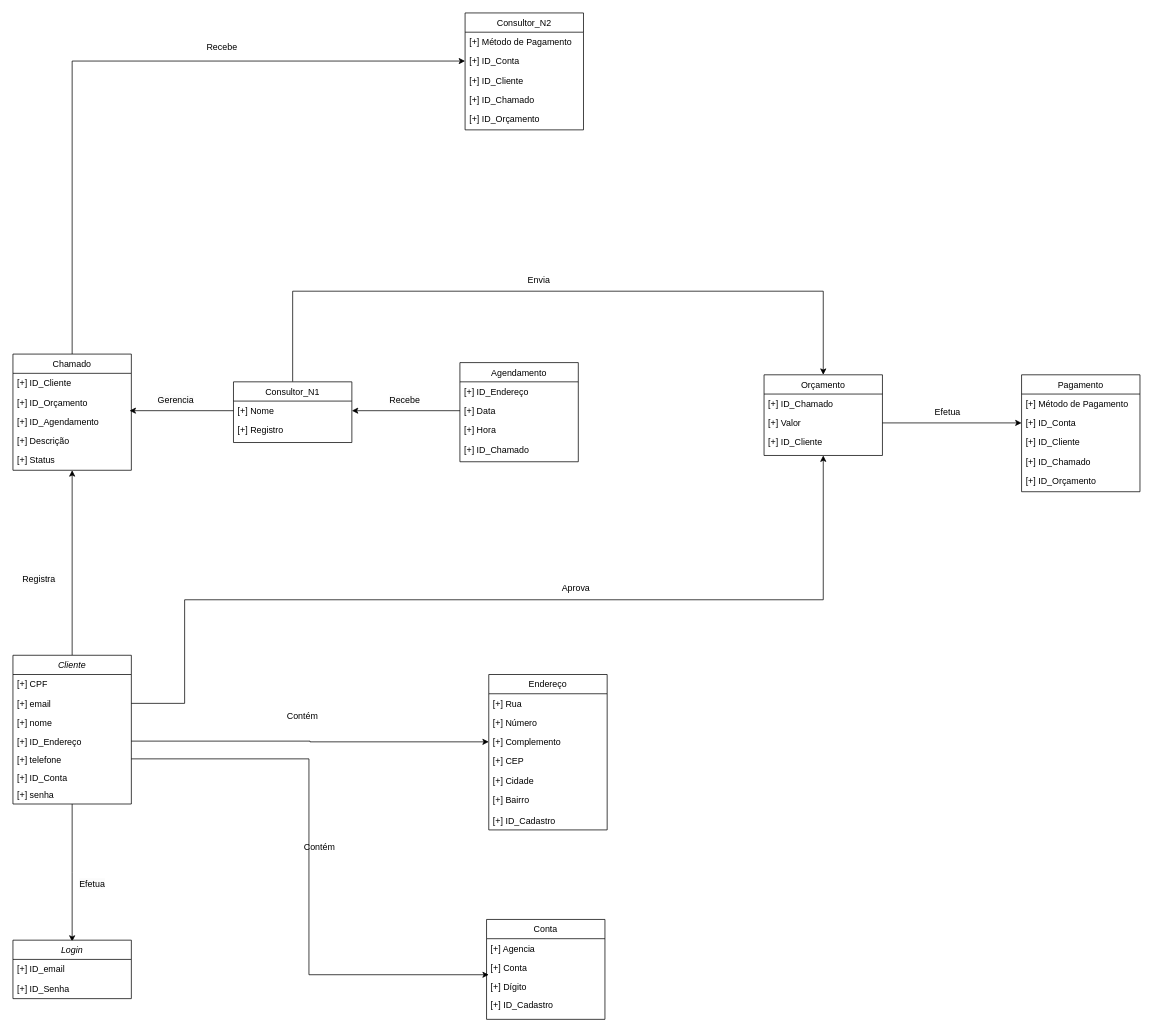
Earlier version of the draw.io diagram Diagrama sem nome.drawio (gtamagnini/PROJETO-CRAWLER). Source tidied: cells renumbered, new cells numbered last; positions are measured from the earlier drawing's top-left corner, leaving out a move shared by most shapes. Both pictures are drawn from the tidied source at 74%, with x=0, y=0 at pixel (13, 13).
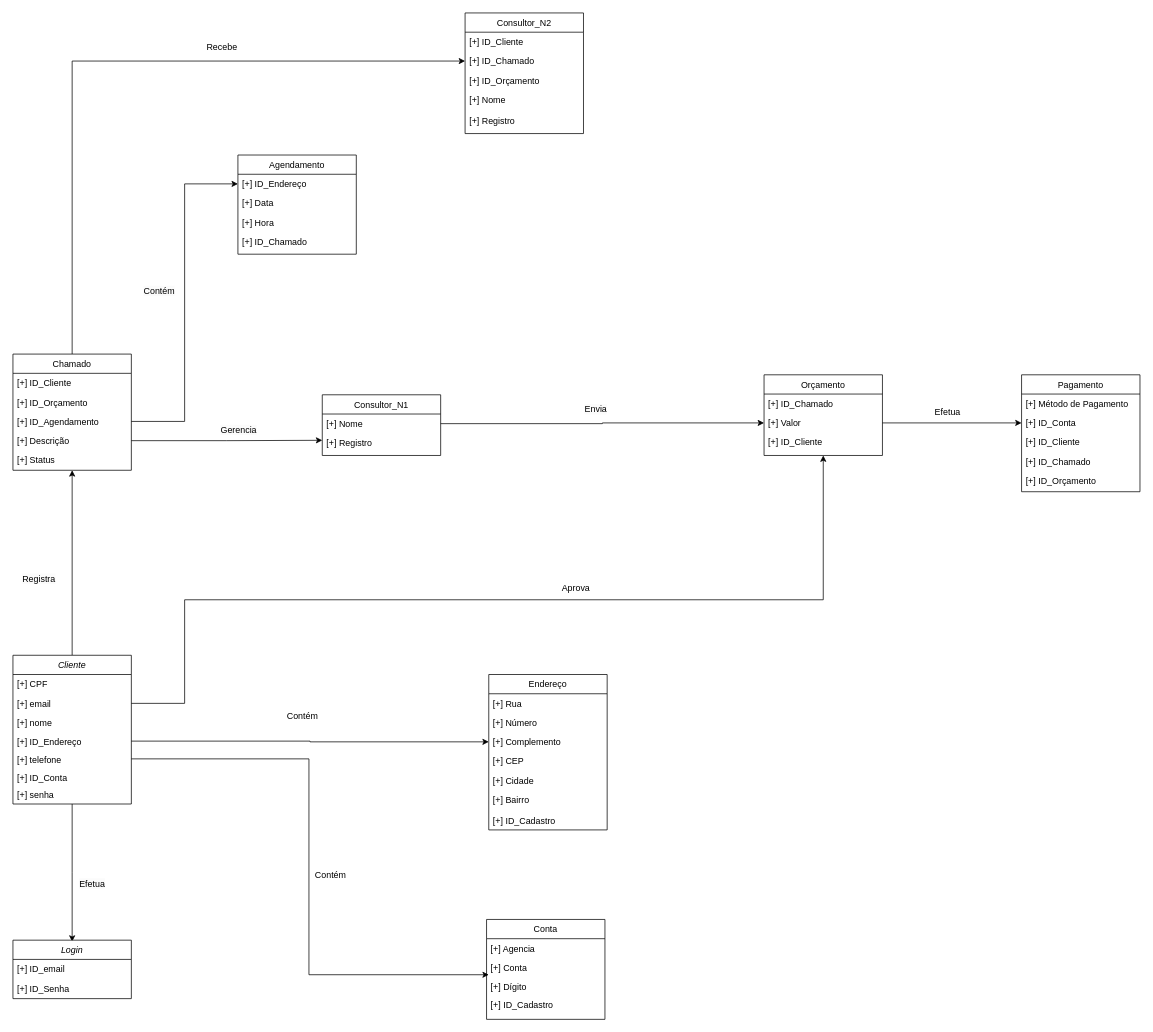
Above is the later version.

The change refers to these unchanged cells:
```xml
<mxCell id="33" value="Chamado" style="swimlane;fontStyle=0;align=center;verticalAlign=top;horizontal=1;startSize=26;rounded=0;shadow=0;strokeWidth=1;" parent="1" vertex="1">
  <mxGeometry y="461" width="160" height="157" as="geometry" />
</mxCell>
<mxCell id="36" value="[+] ID_Agendamento" style="text;align=left;verticalAlign=top;spacingLeft=4;spacingRight=4;overflow=hidden;points=[[0,0.5],[1,0.5]];portConstraint=eastwest;rounded=0;shadow=0;html=0;" parent="33" vertex="1">
  <mxGeometry y="78" width="160" height="26" as="geometry" />
</mxCell>
<mxCell id="37" value="[+] Descrição" style="text;align=left;verticalAlign=top;spacingLeft=4;spacingRight=4;overflow=hidden;points=[[0,0.5],[1,0.5]];portConstraint=eastwest;rounded=0;shadow=0;html=0;" parent="33" vertex="1">
  <mxGeometry y="104" width="160" height="26" as="geometry" />
</mxCell>
<mxCell id="40" value="[+] ID_Endereço" style="text;align=left;verticalAlign=top;spacingLeft=4;spacingRight=4;overflow=hidden;points=[[0,0.5],[1,0.5]];portConstraint=eastwest;rounded=0;shadow=0;html=0;" parent="39" vertex="1">
  <mxGeometry y="26" width="160" height="26" as="geometry" />
</mxCell>
<mxCell id="41" value="[+] Data" style="text;align=left;verticalAlign=top;spacingLeft=4;spacingRight=4;overflow=hidden;points=[[0,0.5],[1,0.5]];portConstraint=eastwest;rounded=0;shadow=0;html=0;" parent="39" vertex="1">
  <mxGeometry y="52" width="160" height="26" as="geometry" />
</mxCell>
<mxCell id="59" value="Orçamento" style="swimlane;fontStyle=0;align=center;verticalAlign=top;horizontal=1;startSize=26;rounded=0;shadow=0;strokeWidth=1;" parent="1" vertex="1">
  <mxGeometry x="1015" y="489" width="160" height="109" as="geometry" />
</mxCell>
<mxCell id="61" value="[+] Valor" style="text;align=left;verticalAlign=top;spacingLeft=4;spacingRight=4;overflow=hidden;points=[[0,0.5],[1,0.5]];portConstraint=eastwest;rounded=0;shadow=0;html=0;" parent="59" vertex="1">
  <mxGeometry y="52" width="160" height="26" as="geometry" />
</mxCell>
```

The edit, as a diff of the source:
```diff
@@
     <mxCell id="15" value="Contém" style="text;html=1;align=center;verticalAlign=middle;labelBackgroundColor=none;rounded=0;shadow=0;strokeWidth=1;fontSize=12;" parent="1" vertex="1">
-      <mxGeometry x="441" y="1018" as="geometry">
+      <mxGeometry x="456" y="1055" as="geometry">
         <mxPoint x="-28" y="109" as="offset" />
       </mxGeometry>
     </mxCell>
@@
-    <mxCell id="32" style="edgeStyle=orthogonalEdgeStyle;rounded=0;jettySize=auto;html=1;exitX=0.5;exitY=0;exitDx=0;exitDy=0;entryX=0;entryY=0.5;entryDx=0;entryDy=0;" parent="1" edge="1" source="33" target="70">
-      <mxGeometry relative="1" as="geometry" />
-    </mxCell>
+    <mxCell id="76" style="edgeStyle=orthogonalEdgeStyle;rounded=0;jettySize=auto;html=1;exitX=0.5;exitY=0;exitDx=0;exitDy=0;entryX=0;entryY=0.5;entryDx=0;entryDy=0;" parent="1" edge="1" source="33" target="72">
+      <mxGeometry relative="1" as="geometry" />
+    </mxCell>
@@
     <mxCell id="39" value="Agendamento" style="swimlane;fontStyle=0;align=center;verticalAlign=top;horizontal=1;startSize=26;rounded=0;shadow=0;strokeWidth=1;" parent="1" vertex="1">
-      <mxGeometry x="604" y="472.5" width="160" height="134" as="geometry" />
+      <mxGeometry x="304" y="192" width="160" height="134" as="geometry" />
     </mxCell>
@@
-    <mxCell id="45" style="edgeStyle=orthogonalEdgeStyle;rounded=0;jettySize=auto;html=1;exitX=0.5;exitY=0;exitDx=0;exitDy=0;entryX=0.5;entryY=0;entryDx=0;entryDy=0;" parent="1" edge="1" source="46" target="59">
-      <mxGeometry relative="1" as="geometry">
-        <Array as="points">
-          <mxPoint x="378" y="376" />
-          <mxPoint x="1095" y="376" />
-        </Array>
-      </mxGeometry>
-    </mxCell>
-    <mxCell id="46" value="Consultor_N1" style="swimlane;fontStyle=0;align=center;verticalAlign=top;horizontal=1;startSize=26;rounded=0;shadow=0;strokeWidth=1;" parent="1" vertex="1">
-      <mxGeometry x="298" y="498.5" width="160" height="82" as="geometry" />
-    </mxCell>
-    <mxCell id="47" value="[+] Nome" style="text;align=left;verticalAlign=top;spacingLeft=4;spacingRight=4;overflow=hidden;points=[[0,0.5],[1,0.5]];portConstraint=eastwest;rounded=0;shadow=0;html=0;" parent="46" vertex="1">
-      <mxGeometry y="26" width="160" height="26" as="geometry" />
-    </mxCell>
-    <mxCell id="48" value="[+] Registro" style="text;align=left;verticalAlign=top;spacingLeft=4;spacingRight=4;overflow=hidden;rounded=0;shadow=0;html=0;" parent="46" vertex="1">
-      <mxGeometry y="52" width="160" height="26" as="geometry" />
-    </mxCell>
@@
-    <mxCell id="50" style="edgeStyle=orthogonalEdgeStyle;rounded=0;jettySize=auto;html=1;exitX=0;exitY=0.5;exitDx=0;exitDy=0;entryX=0.985;entryY=-0.059;entryDx=0;entryDy=0;entryPerimeter=0;" parent="1" edge="1" source="47" target="36">
-      <mxGeometry relative="1" as="geometry" />
-    </mxCell>
-    <mxCell id="51" value="&lt;span style=&quot;color: rgb(0, 0, 0); font-family: Helvetica; font-size: 12px; font-style: normal; font-variant-ligatures: normal; font-variant-caps: normal; font-weight: 400; letter-spacing: normal; orphans: 2; text-align: center; text-indent: 0px; text-transform: none; widows: 2; word-spacing: 0px; -webkit-text-stroke-width: 0px; background-color: rgb(251, 251, 251); text-decoration-thickness: initial; text-decoration-style: initial; text-decoration-color: initial; float: none; display: inline !important;&quot;&gt;Recebe&lt;/span&gt;" style="text;whiteSpace=wrap;html=1;" parent="1" vertex="1">
-      <mxGeometry x="507" y="509" width="70" height="36" as="geometry" />
+    <mxCell id="51" value="&lt;span style=&quot;color: rgb(0, 0, 0); font-family: Helvetica; font-size: 12px; font-style: normal; font-variant-ligatures: normal; font-variant-caps: normal; font-weight: 400; letter-spacing: normal; orphans: 2; text-align: center; text-indent: 0px; text-transform: none; widows: 2; word-spacing: 0px; -webkit-text-stroke-width: 0px; background-color: rgb(251, 251, 251); text-decoration-thickness: initial; text-decoration-style: initial; text-decoration-color: initial; float: none; display: inline !important;&quot;&gt;Contém&lt;/span&gt;" style="text;whiteSpace=wrap;html=1;" parent="1" vertex="1">
+      <mxGeometry x="175" y="362" width="70" height="36" as="geometry" />
     </mxCell>
-    <mxCell id="52" style="edgeStyle=orthogonalEdgeStyle;rounded=0;jettySize=auto;html=1;exitX=0;exitY=0.5;exitDx=0;exitDy=0;entryX=1;entryY=0.5;entryDx=0;entryDy=0;" parent="1" edge="1" source="41" target="47">
-      <mxGeometry relative="1" as="geometry" />
-    </mxCell>
@@
-    <mxCell id="63" value="&lt;div style=&quot;text-align: center;&quot;&gt;&lt;span style=&quot;background-color: initial;&quot;&gt;Envia&lt;/span&gt;&lt;/div&gt;" style="text;whiteSpace=wrap;html=1;" parent="1" vertex="1">
-      <mxGeometry x="694" y="348" width="70" height="36" as="geometry" />
-    </mxCell>
@@
     <mxCell id="68" value="Consultor_N2" style="swimlane;fontStyle=0;align=center;verticalAlign=top;horizontal=1;startSize=26;rounded=0;shadow=0;strokeWidth=1;" parent="1" vertex="1">
-      <mxGeometry x="611" width="160" height="158" as="geometry" />
+      <mxGeometry x="611" width="160" height="163" as="geometry" />
     </mxCell>
-    <mxCell id="69" value="[+] Método de Pagamento" style="text;align=left;verticalAlign=top;spacingLeft=4;spacingRight=4;overflow=hidden;rounded=0;shadow=0;html=0;" parent="68" vertex="1">
-      <mxGeometry y="26" width="160" height="26" as="geometry" />
-    </mxCell>
-    <mxCell id="70" value="[+] ID_Conta" style="text;align=left;verticalAlign=top;spacingLeft=4;spacingRight=4;overflow=hidden;points=[[0,0.5],[1,0.5]];portConstraint=eastwest;rounded=0;shadow=0;html=0;" parent="68" vertex="1">
-      <mxGeometry y="52" width="160" height="26" as="geometry" />
-    </mxCell>
     <mxCell id="71" value="[+] ID_Cliente" style="text;align=left;verticalAlign=top;spacingLeft=4;spacingRight=4;overflow=hidden;rounded=0;shadow=0;html=0;" parent="68" vertex="1">
-      <mxGeometry y="78" width="160" height="26" as="geometry" />
+      <mxGeometry y="26" width="160" height="26" as="geometry" />
     </mxCell>
     <mxCell id="72" value="[+] ID_Chamado" style="text;align=left;verticalAlign=top;spacingLeft=4;spacingRight=4;overflow=hidden;points=[[0,0.5],[1,0.5]];portConstraint=eastwest;rounded=0;shadow=0;html=0;" parent="68" vertex="1">
-      <mxGeometry y="104" width="160" height="26" as="geometry" />
+      <mxGeometry y="52" width="160" height="26" as="geometry" />
     </mxCell>
     <mxCell id="73" value="[+] ID_Orçamento" style="text;align=left;verticalAlign=top;spacingLeft=4;spacingRight=4;overflow=hidden;rounded=0;shadow=0;html=0;" parent="68" vertex="1">
-      <mxGeometry y="130" width="160" height="26" as="geometry" />
+      <mxGeometry y="78" width="160" height="26" as="geometry" />
     </mxCell>
+    <mxCell id="77" value="[+] Nome" style="text;align=left;verticalAlign=top;spacingLeft=4;spacingRight=4;overflow=hidden;rounded=0;shadow=0;html=0;" parent="68" vertex="1">
+      <mxGeometry y="104" width="160" height="28" as="geometry" />
+    </mxCell>
+    <mxCell id="78" value="[+] Registro" style="text;align=left;verticalAlign=top;spacingLeft=4;spacingRight=4;overflow=hidden;rounded=0;shadow=0;html=0;" parent="68" vertex="1">
+      <mxGeometry y="132" width="160" height="28" as="geometry" />
+    </mxCell>
@@
     <mxCell id="75" value="&lt;span style=&quot;color: rgb(0, 0, 0); font-family: Helvetica; font-size: 12px; font-style: normal; font-variant-ligatures: normal; font-variant-caps: normal; font-weight: 400; letter-spacing: normal; orphans: 2; text-align: center; text-indent: 0px; text-transform: none; widows: 2; word-spacing: 0px; -webkit-text-stroke-width: 0px; background-color: rgb(251, 251, 251); text-decoration-thickness: initial; text-decoration-style: initial; text-decoration-color: initial; float: none; display: inline !important;&quot;&gt;Gerencia&lt;/span&gt;" style="text;whiteSpace=wrap;html=1;" parent="1" vertex="1">
-      <mxGeometry x="194" y="509" width="70" height="36" as="geometry" />
+      <mxGeometry x="279" y="550" width="70" height="36" as="geometry" />
     </mxCell>
+    <mxCell id="46" value="Consultor_N1" style="swimlane;fontStyle=0;align=center;verticalAlign=top;horizontal=1;startSize=26;rounded=0;shadow=0;strokeWidth=1;" parent="1" vertex="1">
+      <mxGeometry x="418" y="516" width="160" height="82" as="geometry" />
+    </mxCell>
+    <mxCell id="47" value="[+] Nome" style="text;align=left;verticalAlign=top;spacingLeft=4;spacingRight=4;overflow=hidden;points=[[0,0.5],[1,0.5]];portConstraint=eastwest;rounded=0;shadow=0;html=0;" parent="46" vertex="1">
+      <mxGeometry y="26" width="160" height="26" as="geometry" />
+    </mxCell>
+    <mxCell id="48" value="[+] Registro" style="text;align=left;verticalAlign=top;spacingLeft=4;spacingRight=4;overflow=hidden;rounded=0;shadow=0;html=0;" parent="46" vertex="1">
+      <mxGeometry y="52" width="160" height="26" as="geometry" />
+    </mxCell>
+    <mxCell id="79" style="edgeStyle=orthogonalEdgeStyle;rounded=0;jettySize=auto;html=1;exitX=1;exitY=0.5;exitDx=0;exitDy=0;entryX=0;entryY=0.5;entryDx=0;entryDy=0;" parent="1" edge="1" source="36" target="40">
+      <mxGeometry relative="1" as="geometry" />
+    </mxCell>
+    <mxCell id="80" style="edgeStyle=orthogonalEdgeStyle;rounded=0;jettySize=auto;html=1;exitX=1;exitY=0.5;exitDx=0;exitDy=0;entryX=0;entryY=0.75;entryDx=0;entryDy=0;" parent="1" edge="1" source="37" target="46">
+      <mxGeometry relative="1" as="geometry" />
+    </mxCell>
+    <mxCell id="81" style="edgeStyle=orthogonalEdgeStyle;rounded=0;jettySize=auto;html=1;exitX=1;exitY=0.5;exitDx=0;exitDy=0;entryX=0;entryY=0.5;entryDx=0;entryDy=0;" parent="1" edge="1" source="47" target="61">
+      <mxGeometry relative="1" as="geometry" />
+    </mxCell>
+    <mxCell id="63" value="&lt;span style=&quot;color: rgb(0, 0, 0); font-family: Helvetica; font-size: 12px; font-style: normal; font-variant-ligatures: normal; font-variant-caps: normal; font-weight: 400; letter-spacing: normal; orphans: 2; text-align: center; text-indent: 0px; text-transform: none; widows: 2; word-spacing: 0px; -webkit-text-stroke-width: 0px; background-color: rgb(251, 251, 251); text-decoration-thickness: initial; text-decoration-style: initial; text-decoration-color: initial; float: none; display: inline !important;&quot;&gt;Envia&lt;/span&gt;" style="text;whiteSpace=wrap;html=1;" parent="1" vertex="1">
+      <mxGeometry x="771" y="521.5" width="70" height="36" as="geometry" />
+    </mxCell>
```
